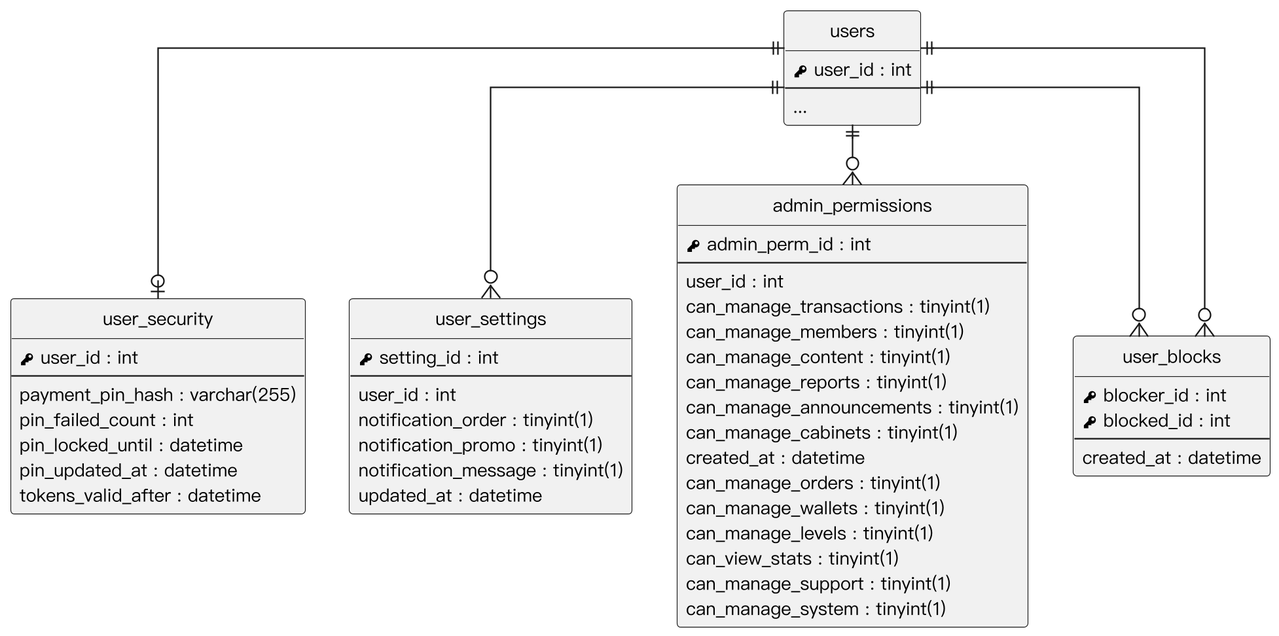
Earlier version of the PlantUML export Diagrams/Relational Tables/v3/er_account_settings.png (SaveMyBook/SaveMyBook).
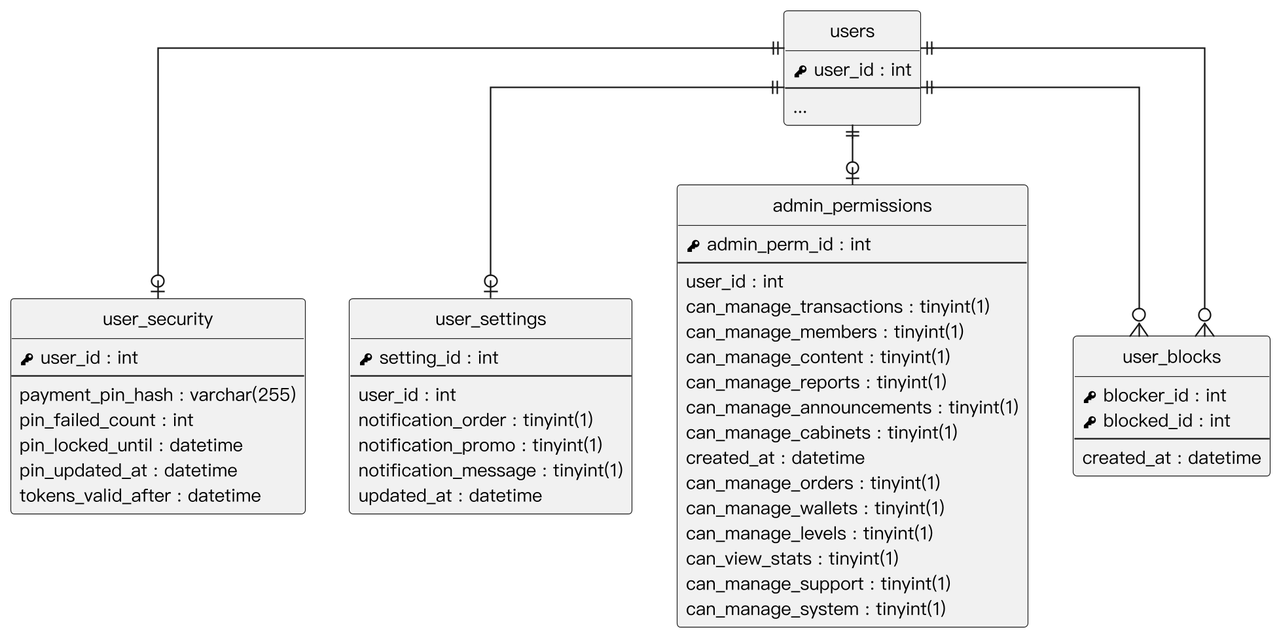
Above is the later version.

The edit, as a diff of the source:
```diff
@@ -58,8 +58,8 @@
   {field} created_at : datetime
 }
 users ||--o| user_security
-users ||--o{ user_settings
-users ||--o{ admin_permissions
+users ||--o| user_settings
+users ||--o| admin_permissions
 users ||--o{ user_blocks
 users ||--o{ user_blocks
 @enduml
```
